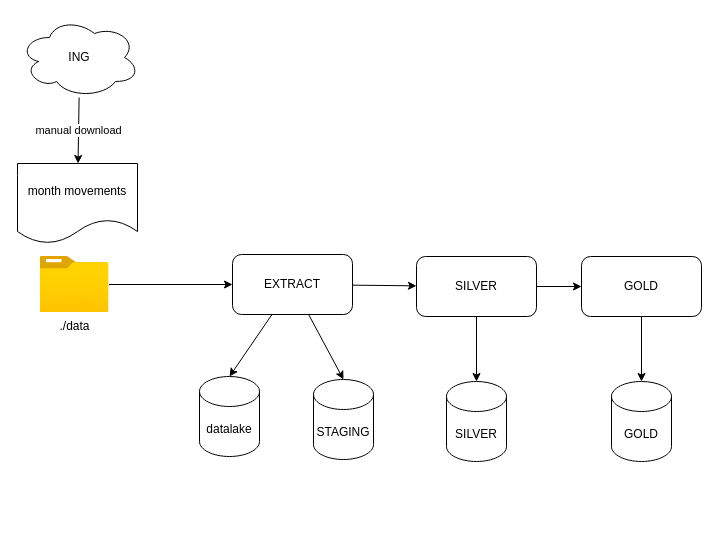
The draw.io diagram page "Components" (3 of 5) of diagrams.dio in cperezh/DataEng_Patterns, before the edit. Source tidied: cells renumbered, new cells numbered last; positions are measured from the earlier drawing's top-left corner, leaving out a move shared by most shapes. Both pictures are drawn from the tidied source at 100%, with x=0, y=0 at pixel (17, 17).
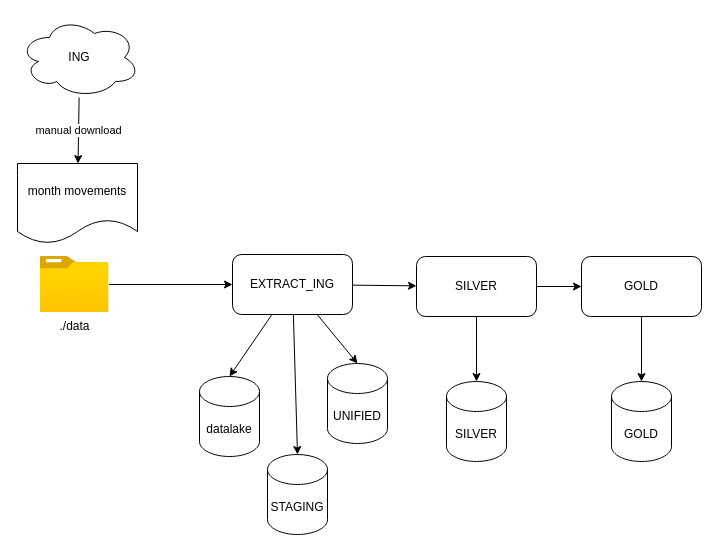
After the change.

Diff of the diagram source:
```diff
@@
-    <mxCell id="6" value="EXTRACT" style="rounded=1;whiteSpace=wrap;html=1;" parent="1" vertex="1">
+    <mxCell id="6" value="EXTRACT_ING" style="rounded=1;whiteSpace=wrap;html=1;" parent="1" vertex="1">
       <mxGeometry x="215" y="237" width="120" height="60" as="geometry" />
     </mxCell>
@@
     <mxCell id="18" value="STAGING" style="shape=cylinder3;whiteSpace=wrap;html=1;boundedLbl=1;backgroundOutline=1;size=15;" parent="1" vertex="1">
-      <mxGeometry x="296" y="362" width="60" height="80" as="geometry" />
+      <mxGeometry x="250" y="437" width="60" height="80" as="geometry" />
     </mxCell>
@@
+    <mxCell id="20" value="UNIFIED" style="shape=cylinder3;whiteSpace=wrap;html=1;boundedLbl=1;backgroundOutline=1;size=15;" parent="1" vertex="1">
+      <mxGeometry x="310" y="346" width="60" height="80" as="geometry" />
+    </mxCell>
+    <mxCell id="21" style="edgeStyle=none;html=1;entryX=0.5;entryY=0;entryDx=0;entryDy=0;entryPerimeter=0;" parent="1" edge="1" source="6" target="20">
+      <mxGeometry relative="1" as="geometry" />
+    </mxCell>
```
